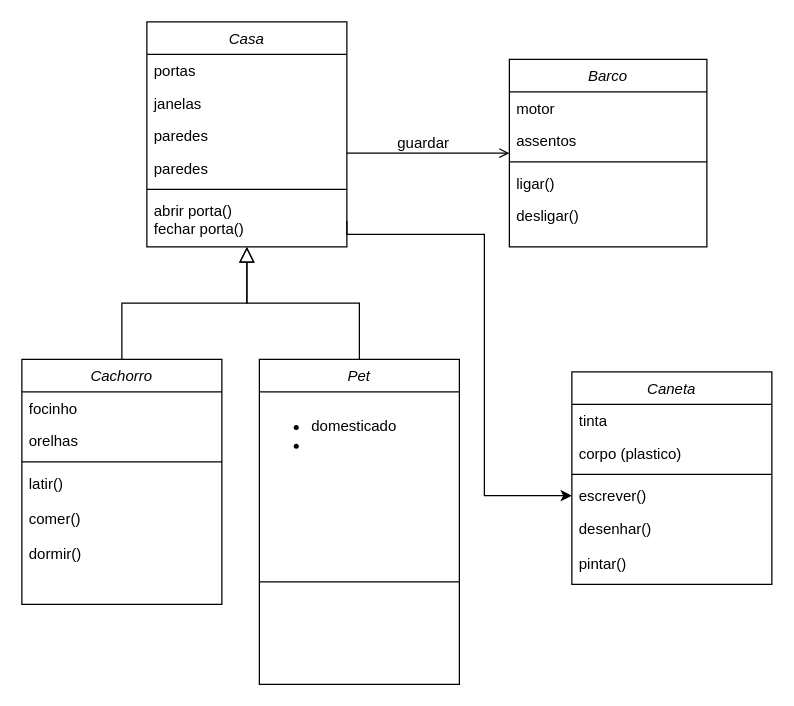
sofiadama/python keeps this draw.io diagram as Diagrama sem nome.drawio. Above is the earlier version. Source tidied: cells renumbered, new cells numbered last; positions are measured from the earlier drawing's top-left corner, leaving out a move shared by most shapes. Both pictures are drawn from the tidied source at 125%, with x=0, y=0 at pixel (21, 21).
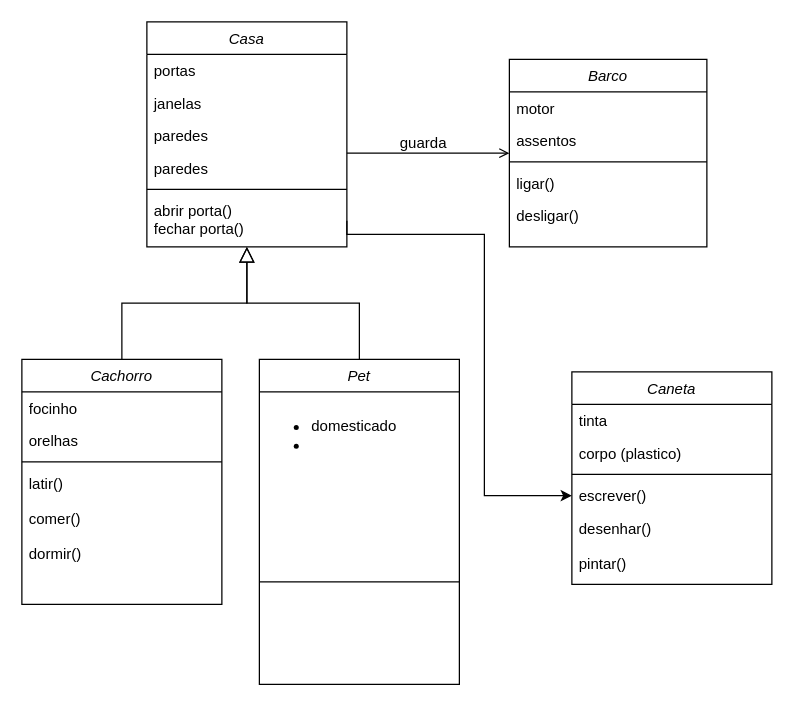
The same diagram, later.

Unchanged cells that the change refers to:
```xml
<mxCell id="25" style="endArrow=open;shadow=0;strokeWidth=1;rounded=0;curved=0;endFill=1;edgeStyle=elbowEdgeStyle;elbow=vertical;" parent="1" edge="1" source="2" target="19">
  <mxGeometry x="0.5" y="41" relative="1" as="geometry">
    <mxPoint x="-40" y="32" as="offset" />
  </mxGeometry>
</mxCell>
```

What changed in the source:
```diff
@@
-    <mxCell id="28" value="guardar" style="text;html=1;align=center;verticalAlign=middle;labelBackgroundColor=none;rounded=0;shadow=0;strokeWidth=1;fontSize=12;" parent="25" vertex="1">
+    <mxCell id="28" value="guarda" style="text;html=1;align=center;verticalAlign=middle;labelBackgroundColor=none;rounded=0;shadow=0;strokeWidth=1;fontSize=12;" parent="25" vertex="1">
       <mxGeometry x="0.5" y="49" relative="1" as="geometry">
         <mxPoint x="-38" y="40" as="offset" />
       </mxGeometry>
     </mxCell>
```
